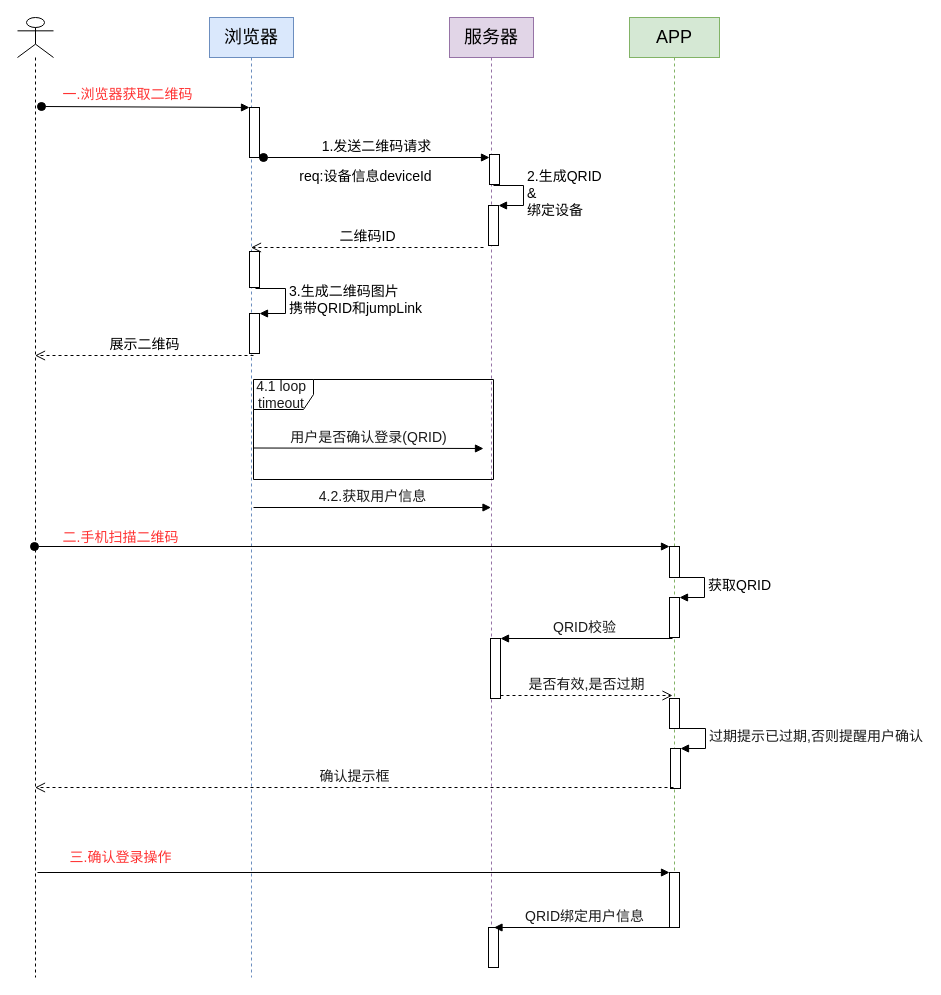
The draw.io diagram 二维码登录.drawio in ZhaoDaMing/note, before the edit. Source tidied: cells renumbered, new cells numbered last; positions are measured from the earlier drawing's top-left corner, leaving out a move shared by most shapes. Both pictures are drawn from the tidied source at 100%, with x=0, y=0 at pixel (17, 17).
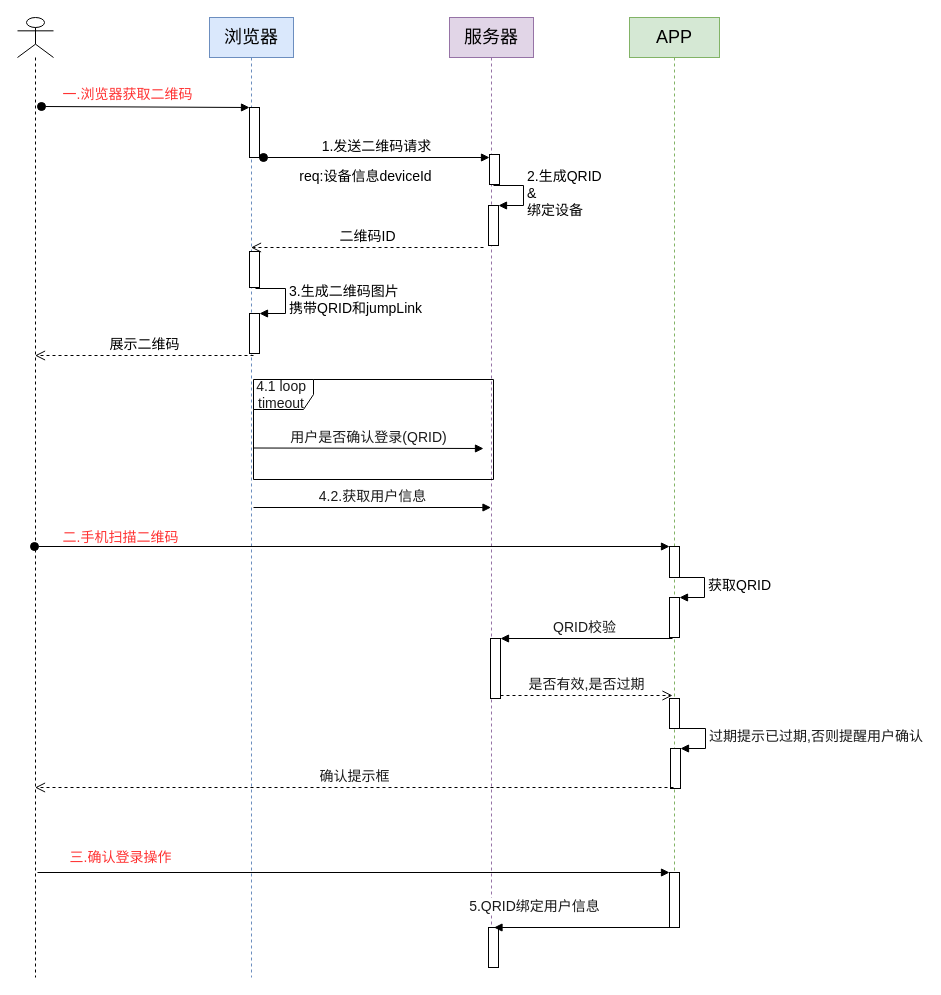
The same diagram, later.

Commit message:
Update 二维码登录.drawio

What changed in the source:
```diff
@@
-    <mxCell id="33" value="QRID绑定用户信息" style="html=1;verticalAlign=bottom;endArrow=block;rounded=0;fontSize=14;fontColor=#1A1A1A;" parent="1" edge="1">
-      <mxGeometry relative="1" as="geometry">
+    <mxCell id="33" value="5.QRID绑定用户信息" style="html=1;verticalAlign=bottom;endArrow=block;rounded=0;fontSize=14;fontColor=#1A1A1A;" parent="1" edge="1">
+      <mxGeometry x="0.56" y="-10" relative="1" as="geometry">
         <mxPoint x="656.5" y="910" as="sourcePoint" />
         <mxPoint x="476.5" y="910" as="targetPoint" />
       </mxGeometry>
     </mxCell>
```
